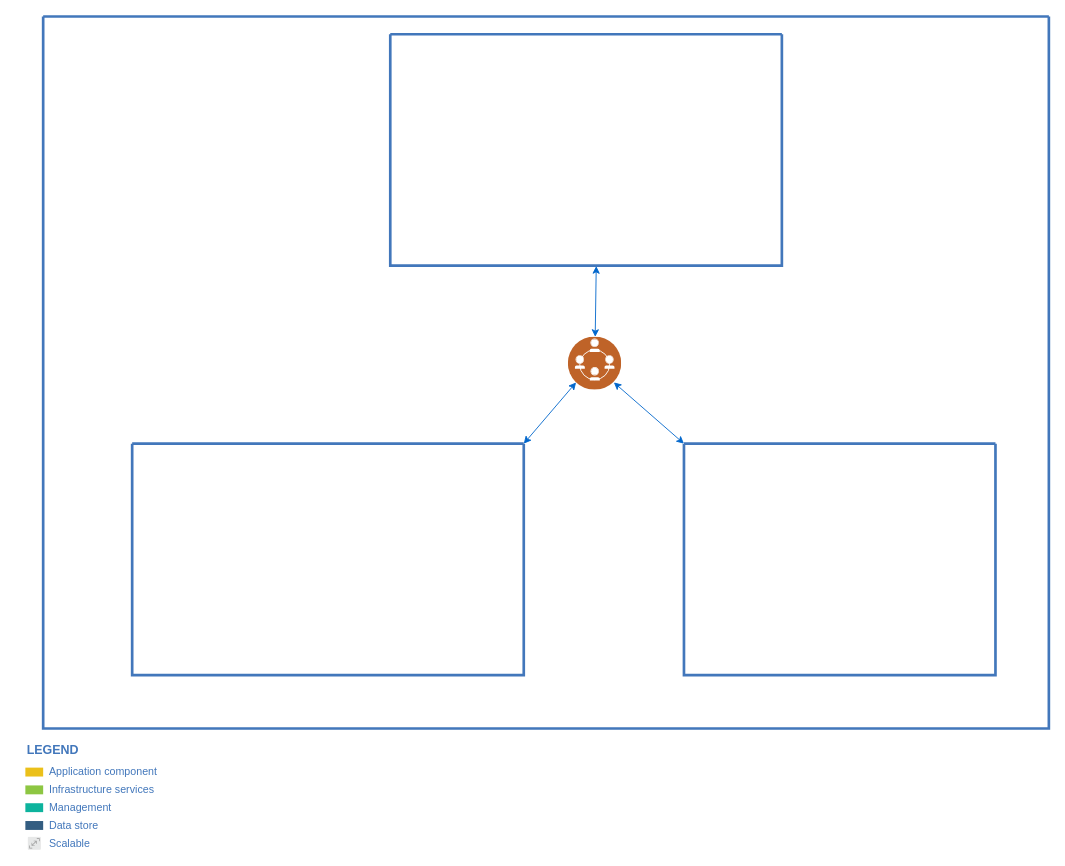
The draw.io diagram 知识图谱平台框架图.drawio in yhx123hero/CyberspaceSecurity_NER, before the edit. Source tidied: cells renumbered, new cells numbered last; positions are measured from the earlier drawing's top-left corner, leaving out a move shared by most shapes. Both pictures are drawn from the tidied source at 89%, with x=0, y=0 at pixel (25, 16).
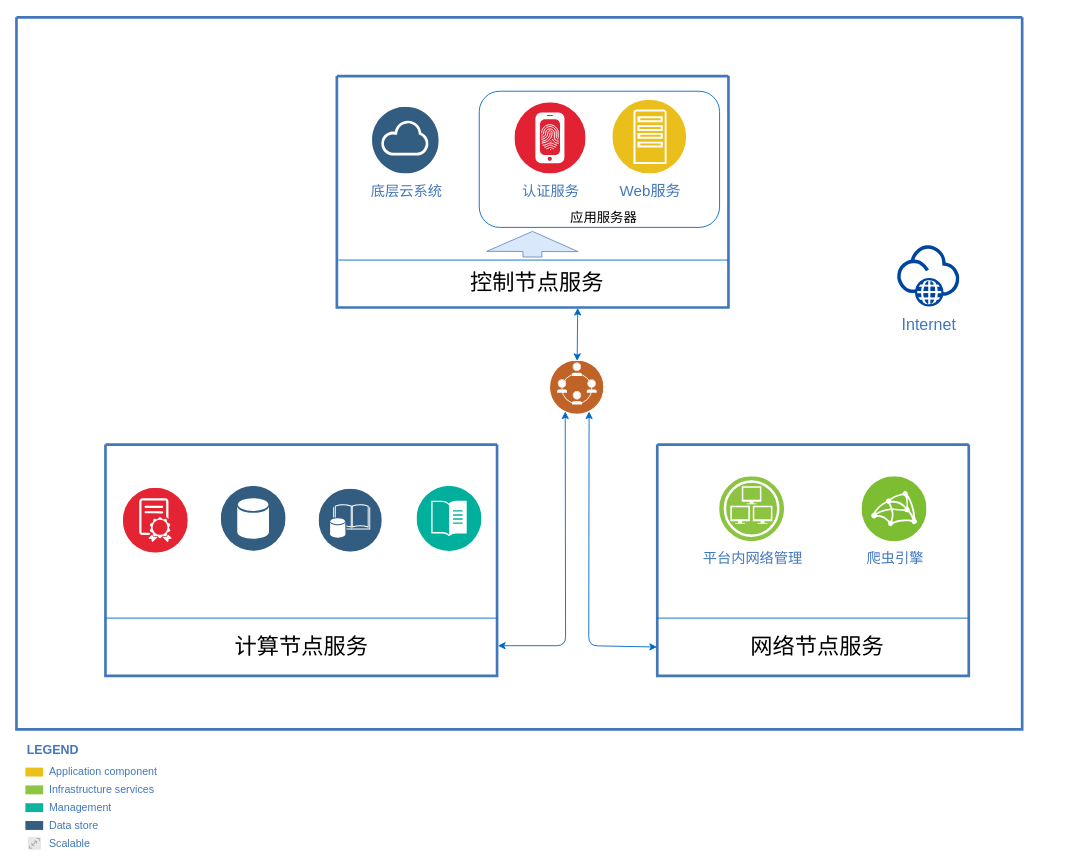
Above is the later version.

Commit message (it also covers changes not shown here):
更新知识图谱平台框架图.drawio

The change refers to these unchanged cells:
```xml
<mxCell id="3" style="swimlane;shadow=0;strokeColor=#4277BB;fillColor=#ffffff;fontColor=#4277BB;align=right;startSize=0;strokeWidth=3;" parent="2" vertex="1">
  <mxGeometry x="720" y="480" width="350" height="260" as="geometry" />
</mxCell>
<mxCell id="4" style="swimlane;shadow=0;strokeColor=#4277BB;fillColor=#ffffff;fontColor=#4277BB;align=right;startSize=0;strokeWidth=3;" parent="2" vertex="1">
  <mxGeometry x="100" y="480" width="440" height="260" as="geometry" />
</mxCell>
```

Diff of the diagram source:
```diff
@@
-    <mxCell id="2" style="swimlane;shadow=0;strokeColor=#4277BB;fillColor=#ffffff;fontColor=#4277BB;align=right;startSize=0;strokeWidth=3;" parent="1" vertex="1">
-      <mxGeometry x="20" width="1130" height="800" as="geometry" />
+    <mxCell id="2" style="swimlane;shadow=0;strokeColor=#4277BB;fillColor=#ffffff;fontColor=#4277BB;align=right;startSize=0;strokeWidth=3;fontSize=13;" parent="1" vertex="1">
+      <mxGeometry x="-10" y="1" width="1130" height="800" as="geometry" />
     </mxCell>
@@
+    <mxCell id="16" value="爬虫引擎" style="perimeter=ellipsePerimeter;html=1;align=center;shadow=0;dashed=0;fontColor=#4277BB;labelBackgroundColor=#ffffff;fontSize=16;spacingTop=3;image;image=img/lib/ibm/infrastructure/microservices_mesh.svg;strokeColor=#0066CC;fillColor=none;" parent="3" vertex="1">
+      <mxGeometry x="230" y="36" width="73" height="73" as="geometry" />
+    </mxCell>
+    <mxCell id="17" value="平台内网络管理" style="perimeter=ellipsePerimeter;html=1;align=center;shadow=0;dashed=0;fontColor=#4277BB;labelBackgroundColor=#ffffff;fontSize=16;spacingTop=3;image;image=img/lib/ibm/infrastructure/infrastructure_services.svg;strokeColor=#0066CC;fillColor=none;" parent="3" vertex="1">
+      <mxGeometry x="70" y="36" width="73" height="73" as="geometry" />
+    </mxCell>
+    <mxCell id="18" value="&lt;font style=&quot;font-size: 25px&quot;&gt;网络节点服务&lt;/font&gt;" style="text;html=1;strokeColor=none;fillColor=none;align=center;verticalAlign=middle;whiteSpace=wrap;rounded=0;fontSize=16;" parent="3" vertex="1">
+      <mxGeometry x="100" y="216" width="160" height="20" as="geometry" />
+    </mxCell>
@@
+    <mxCell id="19" style="perimeter=ellipsePerimeter;html=1;align=center;shadow=0;dashed=0;fontColor=#4277BB;labelBackgroundColor=#ffffff;fontSize=12;spacingTop=3;image;image=img/lib/ibm/management/content_management.svg;strokeColor=#0066CC;fillColor=none;" parent="4" vertex="1">
+      <mxGeometry x="350" y="47" width="73" height="73" as="geometry" />
+    </mxCell>
+    <mxCell id="20" value="&lt;span style=&quot;font-size: 25px&quot;&gt;计算节点服务&lt;/span&gt;" style="text;html=1;strokeColor=none;fillColor=none;align=center;verticalAlign=middle;whiteSpace=wrap;rounded=0;fontSize=16;" parent="4" vertex="1">
+      <mxGeometry x="142.5" y="216" width="155" height="20" as="geometry" />
+    </mxCell>
+    <mxCell id="21" style="perimeter=ellipsePerimeter;html=1;align=center;shadow=0;dashed=0;fontColor=#4277BB;labelBackgroundColor=#ffffff;fontSize=12;spacingTop=3;image;image=img/lib/ibm/data/data_services.svg;strokeColor=#0066CC;fillColor=none;" parent="4" vertex="1">
+      <mxGeometry x="130" y="47" width="73" height="73" as="geometry" />
+    </mxCell>
+    <mxCell id="22" style="perimeter=ellipsePerimeter;html=1;align=center;shadow=0;dashed=0;fontColor=#4277BB;labelBackgroundColor=#ffffff;fontSize=12;spacingTop=3;image;image=img/lib/ibm/data/enterprise_data.svg;strokeColor=#0066CC;fillColor=none;" parent="4" vertex="1">
+      <mxGeometry x="240" y="50" width="71" height="71" as="geometry" />
+    </mxCell>
+    <mxCell id="23" style="perimeter=ellipsePerimeter;html=1;align=center;shadow=0;dashed=0;fontColor=#4277BB;labelBackgroundColor=#ffffff;fontSize=12;spacingTop=3;image;image=img/lib/ibm/blockchain/e_cert.svg;strokeColor=#0066CC;fillColor=none;" parent="4" vertex="1">
+      <mxGeometry x="20" y="49" width="73" height="73" as="geometry" />
+    </mxCell>
-    <mxCell id="5" style="swimlane;shadow=0;strokeColor=#4277BB;fillColor=#ffffff;fontColor=#4277BB;align=right;startSize=0;strokeWidth=3;" parent="2" vertex="1">
-      <mxGeometry x="390" y="20" width="440" height="260" as="geometry" />
+    <mxCell id="5" style="swimlane;shadow=0;strokeColor=#4277BB;fillColor=#ffffff;fontColor=#4277BB;align=right;startSize=0;strokeWidth=3;fontSize=17;" parent="2" vertex="1">
+      <mxGeometry x="360" y="66" width="440" height="260" as="geometry" />
     </mxCell>
+    <mxCell id="24" style="rounded=1;whiteSpace=wrap;html=1;fontSize=17;strokeColor=#0066CC;fillColor=none;verticalAlign=bottom;" parent="5" vertex="1">
+      <mxGeometry x="160" y="17" width="270" height="153" as="geometry" />
+    </mxCell>
+    <mxCell id="25" value="Web服务" style="perimeter=ellipsePerimeter;html=1;align=center;shadow=0;dashed=0;fontColor=#4277BB;labelBackgroundColor=#ffffff;fontSize=17;spacingTop=3;image;image=img/lib/ibm/applications/app_server.svg;" parent="5" vertex="1">
+      <mxGeometry x="310" y="27" width="83" height="83" as="geometry" />
+    </mxCell>
+    <mxCell id="26" value="&lt;font style=&quot;font-size: 16px&quot;&gt;认证服务&lt;/font&gt;" style="perimeter=ellipsePerimeter;html=1;align=center;shadow=0;dashed=0;fontColor=#4277BB;labelBackgroundColor=#ffffff;fontSize=12;spacingTop=3;image;image=img/lib/ibm/security/identity_provider.svg;strokeColor=#0066CC;fillColor=none;" parent="5" vertex="1">
+      <mxGeometry x="200" y="30" width="80" height="80" as="geometry" />
+    </mxCell>
+    <mxCell id="27" value="底层云系统" style="perimeter=ellipsePerimeter;html=1;align=center;shadow=0;dashed=0;fontColor=#4277BB;labelBackgroundColor=#ffffff;fontSize=16;spacingTop=3;image;image=img/lib/ibm/data/cloud.svg;strokeColor=#0066CC;fillColor=none;" parent="5" vertex="1">
+      <mxGeometry x="40" y="35" width="75" height="75" as="geometry" />
+    </mxCell>
+    <mxCell id="28" value="&lt;font style=&quot;font-size: 25px&quot;&gt;控制节点服务&lt;/font&gt;" style="text;html=1;strokeColor=none;fillColor=none;align=center;verticalAlign=middle;whiteSpace=wrap;rounded=0;fontSize=16;" parent="5" vertex="1">
+      <mxGeometry x="140" y="221" width="170" height="20" as="geometry" />
+    </mxCell>
+    <mxCell id="29" value="应用服务器" style="text;html=1;strokeColor=none;fillColor=none;align=center;verticalAlign=middle;whiteSpace=wrap;rounded=0;fontSize=15;" parent="5" vertex="1">
+      <mxGeometry x="250" y="148" width="100" height="20" as="geometry" />
+    </mxCell>
+    <mxCell id="30" style="shape=flexArrow;endArrow=classic;html=1;strokeColor=#6c8ebf;fontSize=15;entryX=0.078;entryY=1.001;entryDx=0;entryDy=0;entryPerimeter=0;endWidth=80.57142857142857;endSize=7.194285714285714;width=21.142857142857142;fillColor=#dae8fc;" parent="5" edge="1">
+      <mxGeometry relative="1" as="geometry">
+        <mxPoint x="219.7" y="203.8" as="sourcePoint" />
+        <mxPoint x="219.8" y="174" as="targetPoint" />
+      </mxGeometry>
+    </mxCell>
     <mxCell id="6" style="perimeter=ellipsePerimeter;html=1;align=center;shadow=0;dashed=0;fontColor=#4277BB;labelBackgroundColor=#ffffff;fontSize=12;spacingTop=3;image;image=img/lib/ibm/social/networking.svg;" parent="2" vertex="1">
-      <mxGeometry x="590" y="360" width="60" height="60" as="geometry" />
+      <mxGeometry x="600" y="386" width="60" height="60" as="geometry" />
     </mxCell>
-    <mxCell id="7" style="html=1;labelBackgroundColor=#ffffff;startArrow=classic;startFill=1;startSize=6;endArrow=classic;endFill=1;endSize=6;jettySize=auto;strokeWidth=1;fontSize=14;entryX=0;entryY=1;entryDx=0;entryDy=0;exitX=1;exitY=0;exitDx=0;exitDy=0;strokeColor=#0066CC;" parent="2" edge="1" source="4" target="6">
-      <mxGeometry relative="1" as="geometry" />
+    <mxCell id="7" style="html=1;labelBackgroundColor=#ffffff;startArrow=classic;startFill=1;startSize=6;endArrow=classic;endFill=1;endSize=6;jettySize=auto;strokeWidth=1;fontSize=14;entryX=0.25;entryY=1;entryDx=0;entryDy=0;strokeColor=#0066CC;" parent="2" edge="1" target="6">
+      <mxGeometry relative="1" as="geometry">
+        <mxPoint x="541" y="706" as="sourcePoint" />
+        <Array as="points">
+          <mxPoint x="617" y="706" />
+        </Array>
+      </mxGeometry>
     </mxCell>
-    <mxCell id="8" style="html=1;labelBackgroundColor=#ffffff;startArrow=classic;startFill=1;startSize=6;endArrow=classic;endFill=1;endSize=6;jettySize=auto;strokeWidth=1;fontSize=14;entryX=1;entryY=1;entryDx=0;entryDy=0;exitX=0;exitY=0;exitDx=0;exitDy=0;strokeColor=#0066CC;" parent="2" edge="1" source="3" target="6">
-      <mxGeometry relative="1" as="geometry" />
+    <mxCell id="8" style="html=1;labelBackgroundColor=#ffffff;startArrow=classic;startFill=1;startSize=6;endArrow=classic;endFill=1;endSize=6;jettySize=auto;strokeWidth=1;fontSize=14;entryX=0.75;entryY=1;entryDx=0;entryDy=0;exitX=-0.001;exitY=0.875;exitDx=0;exitDy=0;strokeColor=#0066CC;exitPerimeter=0;" parent="2" edge="1" source="3" target="6">
+      <mxGeometry relative="1" as="geometry">
+        <Array as="points">
+          <mxPoint x="643" y="706" />
+        </Array>
+      </mxGeometry>
     </mxCell>
-    <mxCell id="9" style="html=1;labelBackgroundColor=#ffffff;startArrow=classic;startFill=1;startSize=6;endArrow=classic;endFill=1;endSize=6;jettySize=auto;strokeWidth=1;fontSize=14;entryX=0.526;entryY=1.002;entryDx=0;entryDy=0;entryPerimeter=0;strokeColor=#0066CC;" parent="2" edge="1" source="6" target="5">
+    <mxCell id="9" style="html=1;labelBackgroundColor=#ffffff;startArrow=classic;startFill=1;startSize=6;endArrow=classic;endFill=1;endSize=6;jettySize=auto;strokeWidth=1;fontSize=14;entryX=0.615;entryY=1.002;entryDx=0;entryDy=0;entryPerimeter=0;strokeColor=#0066CC;" parent="2" edge="1" source="6" target="5">
       <mxGeometry relative="1" as="geometry" />
     </mxCell>
+    <mxCell id="31" style="html=1;labelBackgroundColor=#ffffff;jettySize=auto;orthogonalLoop=1;strokeWidth=1;fontSize=14;endArrow=none;endFill=0;exitX=0;exitY=0.75;exitDx=0;exitDy=0;entryX=1;entryY=0.75;entryDx=0;entryDy=0;strokeColor=#0066CC;" parent="2" edge="1" source="4" target="4">
+      <mxGeometry relative="1" as="geometry" />
+    </mxCell>
+    <mxCell id="32" style="html=1;labelBackgroundColor=#ffffff;jettySize=auto;orthogonalLoop=1;strokeWidth=1;fontSize=14;endArrow=none;endFill=0;exitX=0;exitY=0.75;exitDx=0;exitDy=0;entryX=1;entryY=0.75;entryDx=0;entryDy=0;strokeColor=#0066CC;" parent="2" edge="1" source="3" target="3">
+      <mxGeometry relative="1" as="geometry" />
+    </mxCell>
+    <mxCell id="33" style="html=1;labelBackgroundColor=#ffffff;jettySize=auto;orthogonalLoop=1;strokeWidth=1;fontSize=14;endArrow=none;endFill=0;exitX=0.004;exitY=0.795;exitDx=0;exitDy=0;exitPerimeter=0;entryX=1;entryY=0.795;entryDx=0;entryDy=0;entryPerimeter=0;strokeColor=#0066CC;" parent="2" edge="1" source="5" target="5">
+      <mxGeometry relative="1" as="geometry" />
+    </mxCell>
+    <mxCell id="34" value="Internet" style="perimeter=ellipsePerimeter;html=1;align=center;shadow=0;dashed=0;fontColor=#4277BB;labelBackgroundColor=#ffffff;fontSize=18;spacingTop=3;image;image=img/lib/ibm/vpc/Internet.svg;strokeColor=#0066CC;fillColor=none;" parent="2" vertex="1">
+      <mxGeometry x="990" y="256" width="70" height="70" as="geometry" />
+    </mxCell>
```
